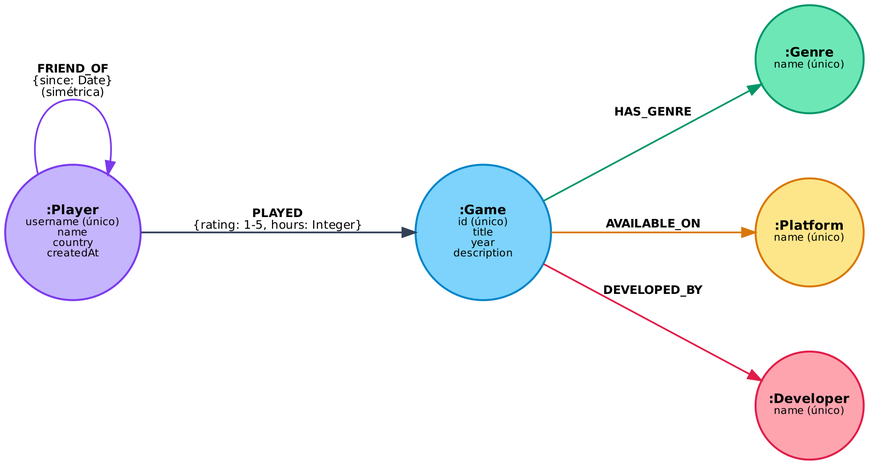
This is docs/model.png from saimonetii/neo4j-videojuegos, a Graphviz export, as it was before one commit. Its source is kept beside it as docs/model.dot.
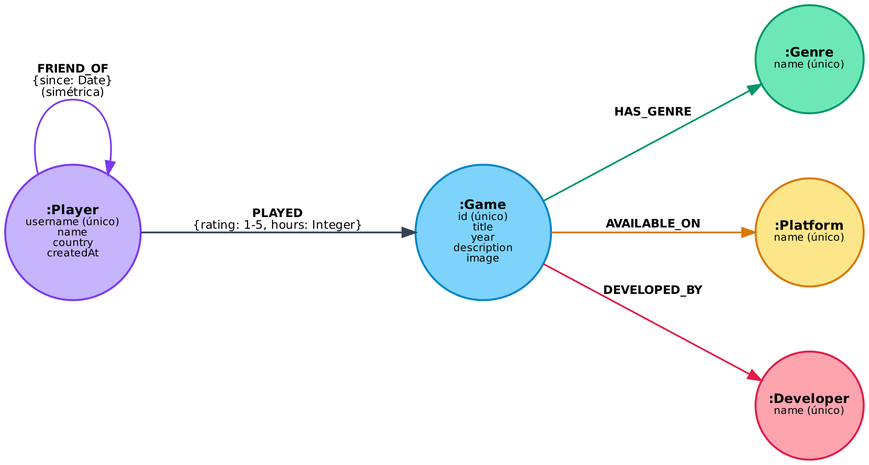
Later version of the same file.

What changed in the source:
```diff
@@ -3,7 +3,7 @@
   node [shape=circle, style=filled, fontname="Helvetica", fontsize=10, fixedsize=true, width=1.45, penwidth=1.5];
   edge [fontname="Helvetica", fontsize=9, penwidth=1.3];
   Player [label=<<b>:Player</b><br/><font point-size="8">username (único)<br/>name<br/>country<br/>createdAt</font>>, fillcolor="#c4b5fd", color="#7c3aed"];
-  Game [label=<<b>:Game</b><br/><font point-size="8">id (único)<br/>title<br/>year<br/>description</font>>, fillcolor="#7dd3fc", color="#0284c7"];
+  Game [label=<<b>:Game</b><br/><font point-size="8">id (único)<br/>title<br/>year<br/>description<br/>image</font>>, fillcolor="#7dd3fc", color="#0284c7"];
   Genre [label=<<b>:Genre</b><br/><font point-size="8">name (único)</font>>, fillcolor="#6ee7b7", color="#059669", width=1.15];
   Platform [label=<<b>:Platform</b><br/><font point-size="8">name (único)</font>>, fillcolor="#fde68a", color="#d97706", width=1.15];
   Developer [label=<<b>:Developer</b><br/><font point-size="8">name (único)</font>>, fillcolor="#fda4af", color="#e11d48", width=1.15];
```
